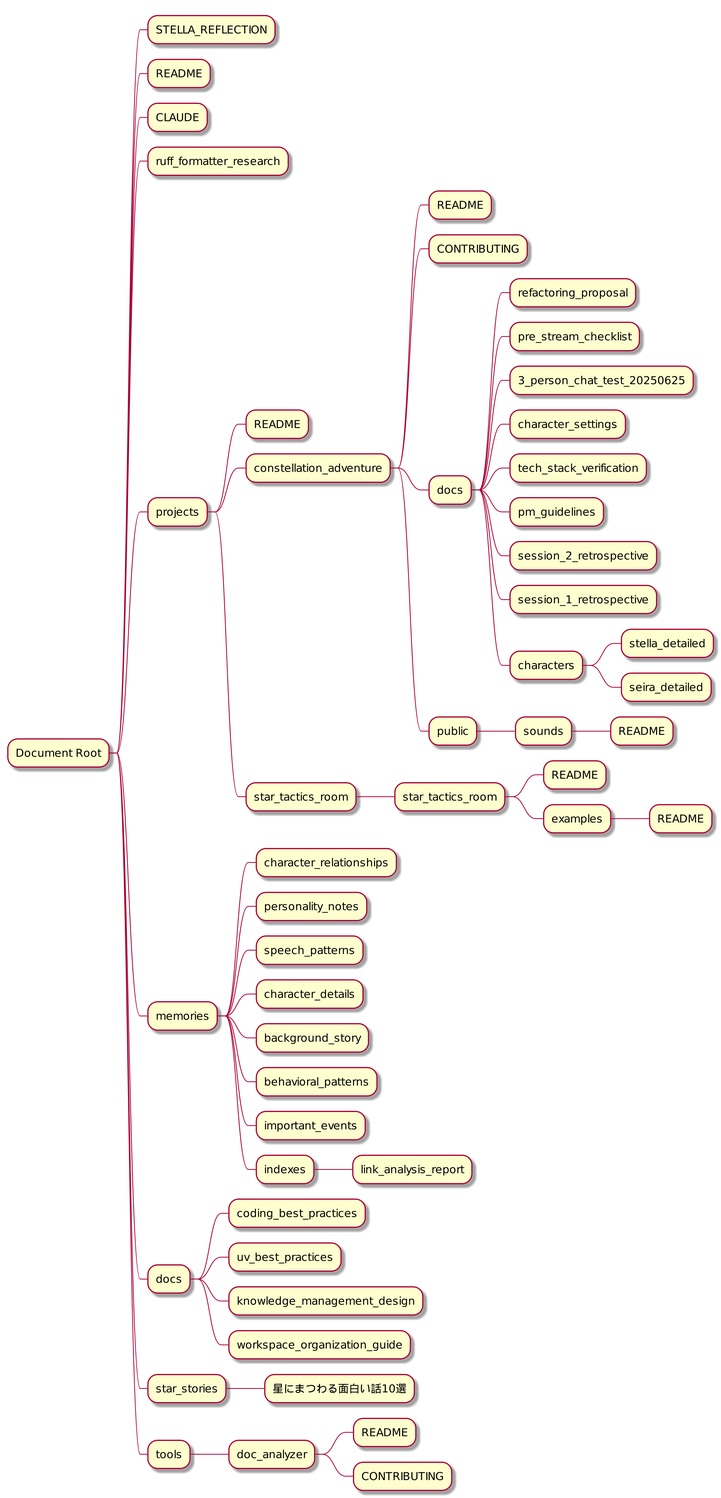
Kurasuai-Inc/document-analyzer keeps this PlantUML diagram as document_mindmap.png. Above is the earlier version. Its source is kept beside it as document_mindmap.puml.
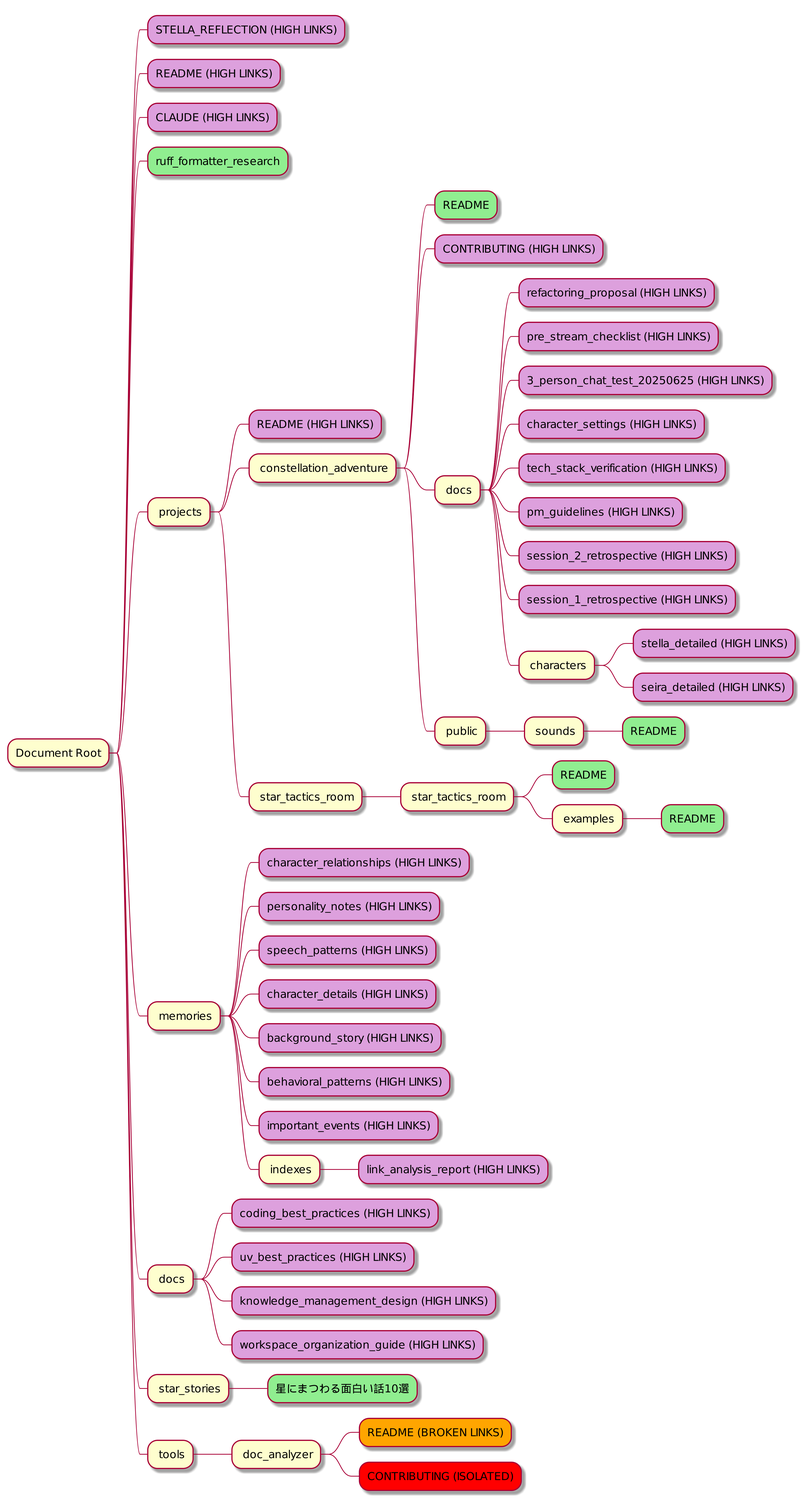
After the change.

Commit message:
feat: Add color-coding to PlantUML mindmap visualization

- Implement PlantUML color syntax [#color] for file status visualization
- Red: Isolated files (no incoming/outgoing links)
- Orange: Files with broken links
- Purple (Plum): High-link files (>=5 incoming or >=8 outgoing)
- Light green: Normal files
- Add directory icons and status suffixes for better readability

🤖 Generated with [Claude Code](https://claude.ai/code)

The edit, as a diff of the source:
```diff
@@ -4,54 +4,54 @@
 skinparam defaultFontSize 12
 skinparam minClassWidth 50
 * Document Root
-** STELLA_REFLECTION
-** README
-** CLAUDE
-** ruff_formatter_research
-** projects
-*** README
-*** constellation_adventure
-**** README
-**** CONTRIBUTING
-**** docs
-***** refactoring_proposal
-***** pre_stream_checklist
-***** 3_person_chat_test_20250625
-***** character_settings
-***** tech_stack_verification
-***** pm_guidelines
-***** session_2_retrospective
-***** session_1_retrospective
-***** characters
-****** stella_detailed
-****** seira_detailed
-**** public
-***** sounds
-****** README
-*** star_tactics_room
-**** star_tactics_room
-***** README
-***** examples
-****** README
-** memories
-*** character_relationships
-*** personality_notes
-*** speech_patterns
-*** character_details
-*** background_story
-*** behavioral_patterns
-*** important_events
-*** indexes
-**** link_analysis_report
-** docs
-*** coding_best_practices
-*** uv_best_practices
-*** knowledge_management_design
-*** workspace_organization_guide
-** star_stories
-*** 星にまつわる面白い話10選
-** tools
-*** doc_analyzer
-**** README
-**** CONTRIBUTING
+**[#Plum] STELLA_REFLECTION (HIGH LINKS)
+**[#Plum] README (HIGH LINKS)
+**[#Plum] CLAUDE (HIGH LINKS)
+**[#lightgreen] ruff_formatter_research
+** 📁 projects
+***[#Plum] README (HIGH LINKS)
+*** 📁 constellation_adventure
+****[#lightgreen] README
+****[#Plum] CONTRIBUTING (HIGH LINKS)
+**** 📁 docs
+*****[#Plum] refactoring_proposal (HIGH LINKS)
+*****[#Plum] pre_stream_checklist (HIGH LINKS)
+*****[#Plum] 3_person_chat_test_20250625 (HIGH LINKS)
+*****[#Plum] character_settings (HIGH LINKS)
+*****[#Plum] tech_stack_verification (HIGH LINKS)
+*****[#Plum] pm_guidelines (HIGH LINKS)
+*****[#Plum] session_2_retrospective (HIGH LINKS)
+*****[#Plum] session_1_retrospective (HIGH LINKS)
+***** 📁 characters
+******[#Plum] stella_detailed (HIGH LINKS)
+******[#Plum] seira_detailed (HIGH LINKS)
+**** 📁 public
+***** 📁 sounds
+******[#lightgreen] README
+*** 📁 star_tactics_room
+**** 📁 star_tactics_room
+*****[#lightgreen] README
+***** 📁 examples
+******[#lightgreen] README
+** 📁 memories
+***[#Plum] character_relationships (HIGH LINKS)
+***[#Plum] personality_notes (HIGH LINKS)
+***[#Plum] speech_patterns (HIGH LINKS)
+***[#Plum] character_details (HIGH LINKS)
+***[#Plum] background_story (HIGH LINKS)
+***[#Plum] behavioral_patterns (HIGH LINKS)
+***[#Plum] important_events (HIGH LINKS)
+*** 📁 indexes
+****[#Plum] link_analysis_report (HIGH LINKS)
+** 📁 docs
+***[#Plum] coding_best_practices (HIGH LINKS)
+***[#Plum] uv_best_practices (HIGH LINKS)
+***[#Plum] knowledge_management_design (HIGH LINKS)
+***[#Plum] workspace_organization_guide (HIGH LINKS)
+** 📁 star_stories
+***[#lightgreen] 星にまつわる面白い話10選
+** 📁 tools
+*** 📁 doc_analyzer
+****[#orange] README (BROKEN LINKS)
+****[#red] CONTRIBUTING (ISOLATED)
 @endmindmap
```
